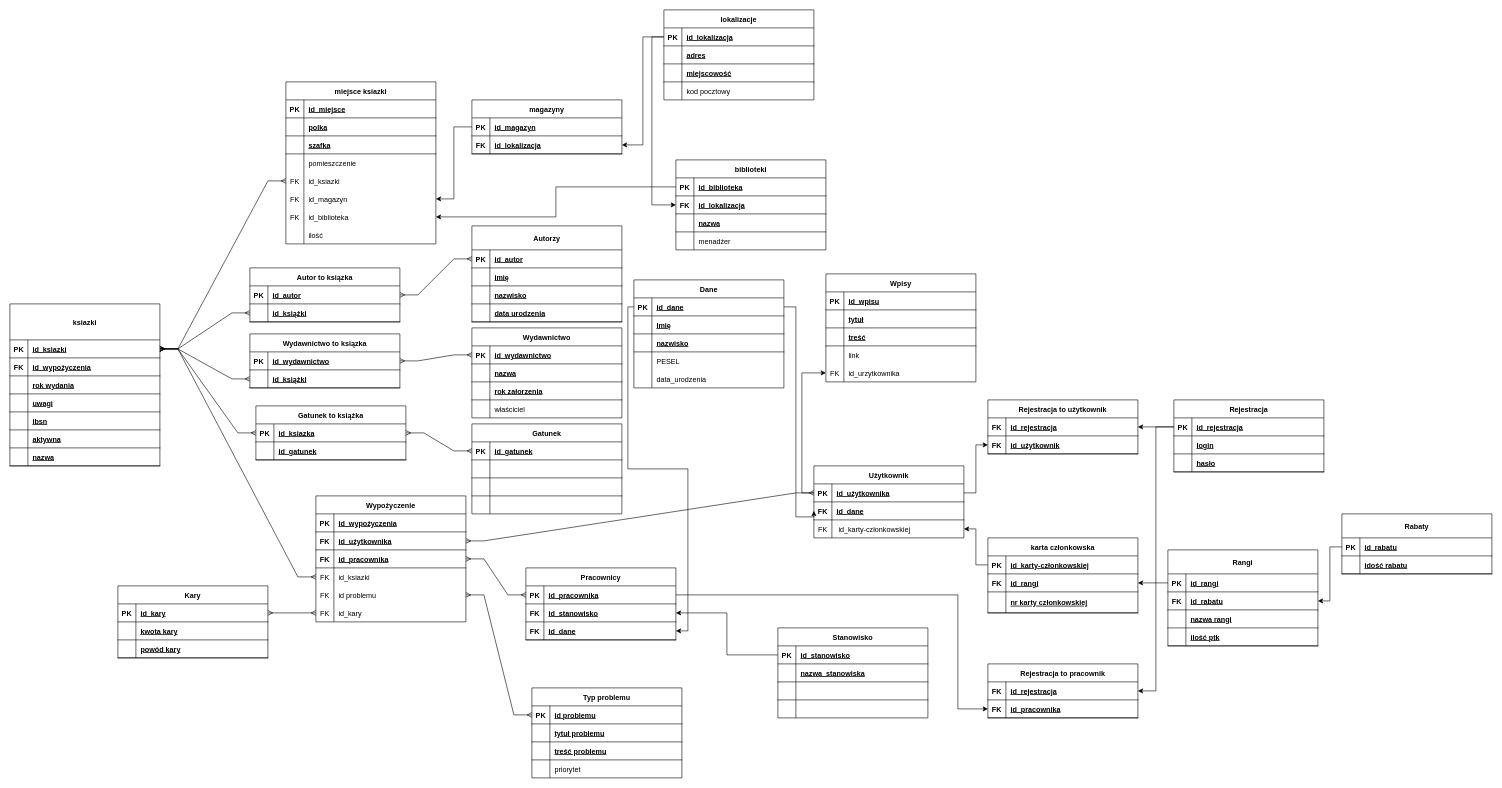
The draw.io diagram Baza danych Biblioteka.drawio in mostekd/lokalne-systemy-bazy-danych, before the edit. Source tidied: cells renumbered, new cells numbered last; positions are measured from the earlier drawing's top-left corner, leaving out a move shared by most shapes. Both pictures are drawn from the tidied source at 60%, with x=0, y=0 at pixel (10, 10).
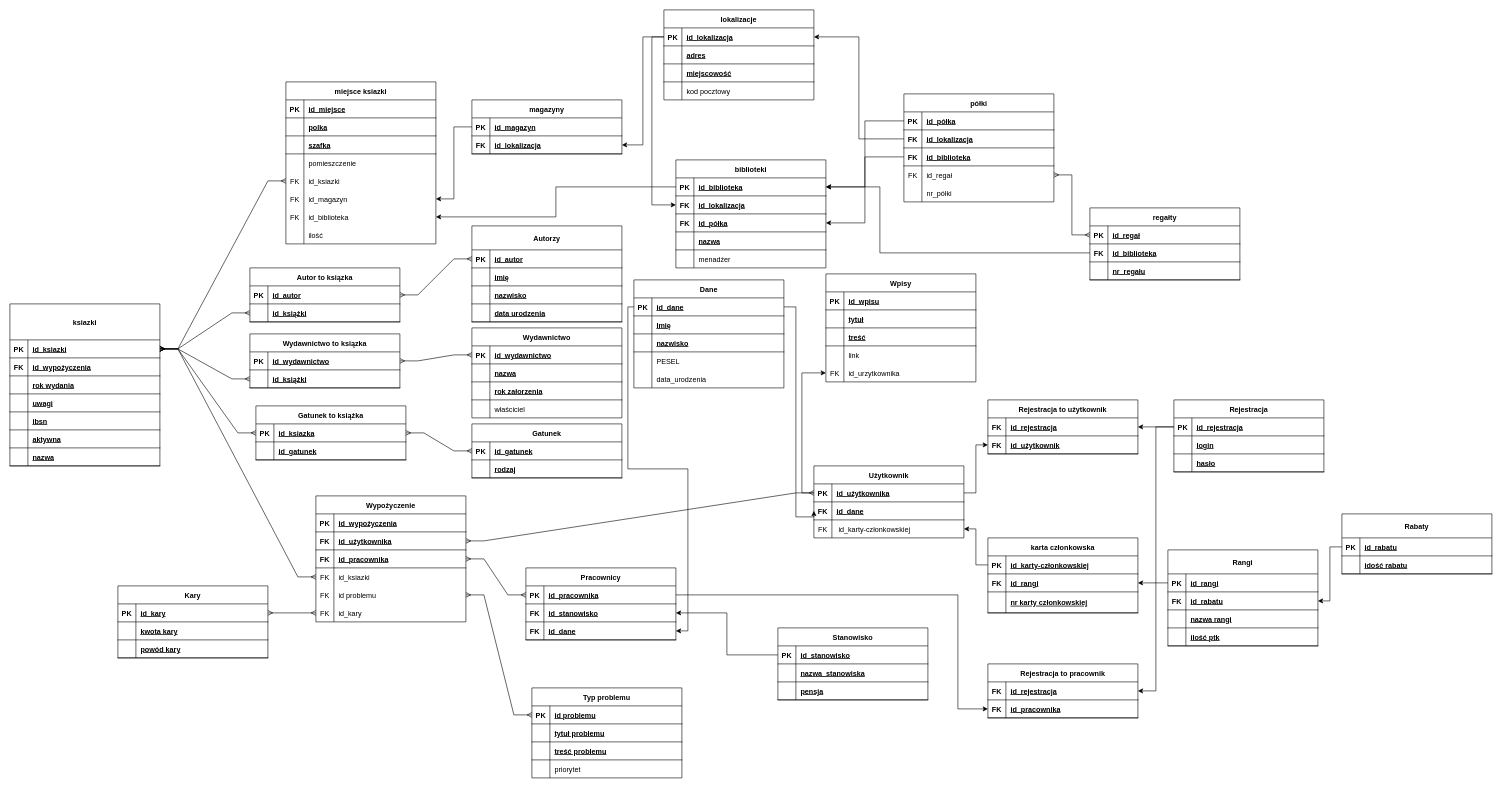
Above is the later version.

The change refers to these unchanged cells:
```xml
<mxCell id="66" style="shape=partialRectangle;fillColor=none;points=[[0,0.5],[1,0.5]];portConstraint=eastwest;top=0;left=0;right=0;bottom=1;" parent="65" vertex="1">
  <mxGeometry y="30" width="250" height="30" as="geometry" />
</mxCell>
<mxCell id="79" style="shape=partialRectangle;fillColor=none;points=[[0,0.5],[1,0.5]];portConstraint=eastwest;top=0;left=0;right=0;bottom=1;" parent="78" vertex="1">
  <mxGeometry y="30" width="250" height="30" as="geometry" />
</mxCell>
<mxCell id="205" style="shape=partialRectangle;fillColor=none;top=0;left=0;right=0;bottom=1;" parent="201" vertex="1">
  <mxGeometry y="60" width="250" height="30" as="geometry" />
</mxCell>
<mxCell id="228" style="shape=partialRectangle;fillColor=none;top=0;left=0;right=0;bottom=1;" parent="221" vertex="1">
  <mxGeometry y="90" width="250" height="30" as="geometry" />
</mxCell>
```

Change to the diagram source:
```diff
@@
     <mxCell id="78" value="biblioteki" style="shape=table;startSize=30;childLayout=tableLayout;rowLines=0;fontStyle=1;align=center;" parent="1" vertex="1">
-      <mxGeometry x="1110" y="250" width="250" height="150" as="geometry" />
+      <mxGeometry x="1110" y="250" width="250" height="180" as="geometry" />
     </mxCell>
@@
+    <mxCell id="335" style="shape=partialRectangle;fillColor=none;points=[[0,0.5],[1,0.5]];portConstraint=eastwest;top=0;left=0;right=0;bottom=1;" parent="78" vertex="1">
+      <mxGeometry y="90" width="250" height="30" as="geometry" />
+    </mxCell>
+    <mxCell id="336" value="FK" style="shape=partialRectangle;overflow=hidden;fillColor=none;top=0;left=0;bottom=0;right=0;fontStyle=1;" parent="335" vertex="1">
+      <mxGeometry width="30" height="30" as="geometry" />
+    </mxCell>
+    <mxCell id="337" value="id_półka" style="shape=partialRectangle;overflow=hidden;fillColor=none;top=0;left=0;bottom=0;right=0;align=left;spacingLeft=6;fontStyle=5;" parent="335" vertex="1">
+      <mxGeometry x="30" width="220" height="30" as="geometry" />
+    </mxCell>
     <mxCell id="85" style="shape=partialRectangle;fillColor=none;top=0;left=0;right=0;bottom=1;" parent="78" vertex="1">
-      <mxGeometry y="90" width="250" height="30" as="geometry" />
+      <mxGeometry y="120" width="250" height="30" as="geometry" />
     </mxCell>
@@
     <mxCell id="88" style="shape=partialRectangle;fillColor=none;top=0;left=0;right=0;bottom=0;" parent="78" vertex="1">
-      <mxGeometry y="120" width="250" height="30" as="geometry" />
+      <mxGeometry y="150" width="250" height="30" as="geometry" />
     </mxCell>
@@
     <mxCell id="201" value="Gatunek" style="shape=table;startSize=30;childLayout=tableLayout;rowLines=0;fontStyle=1;align=center;" parent="1" vertex="1">
-      <mxGeometry x="770" y="690" width="250" height="150" as="geometry" />
+      <mxGeometry x="770" y="690" width="250" height="90" as="geometry" />
     </mxCell>
@@
-    <mxCell id="207" style="shape=partialRectangle;overflow=hidden;fillColor=none;top=0;left=0;bottom=0;right=0;align=left;spacingLeft=6;fontStyle=5;" parent="205" vertex="1">
+    <mxCell id="207" value="rodzaj" style="shape=partialRectangle;overflow=hidden;fillColor=none;top=0;left=0;bottom=0;right=0;align=left;spacingLeft=6;fontStyle=5;" parent="205" vertex="1">
       <mxGeometry x="30" width="220" height="30" as="geometry" />
     </mxCell>
-    <mxCell id="208" style="shape=partialRectangle;fillColor=none;top=0;left=0;right=0;bottom=1;" parent="201" vertex="1">
-      <mxGeometry y="90" width="250" height="30" as="geometry" />
-    </mxCell>
-    <mxCell id="209" style="shape=partialRectangle;overflow=hidden;fillColor=none;top=0;left=0;bottom=0;right=0;fontStyle=1;" parent="208" vertex="1">
-      <mxGeometry width="30" height="30" as="geometry" />
-    </mxCell>
-    <mxCell id="210" style="shape=partialRectangle;overflow=hidden;fillColor=none;top=0;left=0;bottom=0;right=0;align=left;spacingLeft=6;fontStyle=5;" parent="208" vertex="1">
-      <mxGeometry x="30" width="220" height="30" as="geometry" />
-    </mxCell>
-    <mxCell id="211" style="shape=partialRectangle;fillColor=none;top=0;left=0;right=0;bottom=0;" parent="201" vertex="1">
-      <mxGeometry y="120" width="250" height="30" as="geometry" />
-    </mxCell>
-    <mxCell id="212" style="shape=partialRectangle;overflow=hidden;fillColor=none;top=0;left=0;bottom=0;right=0;" parent="211" vertex="1">
-      <mxGeometry width="30" height="30" as="geometry" />
-    </mxCell>
-    <mxCell id="213" style="shape=partialRectangle;overflow=hidden;fillColor=none;top=0;left=0;bottom=0;right=0;align=left;spacingLeft=6;" parent="211" vertex="1">
-      <mxGeometry x="30" width="220" height="30" as="geometry" />
-    </mxCell>
@@
     <mxCell id="221" value="Stanowisko" style="shape=table;startSize=30;childLayout=tableLayout;rowLines=0;fontStyle=1;align=center;" parent="1" vertex="1">
-      <mxGeometry x="1280" y="1030" width="250" height="150" as="geometry" />
+      <mxGeometry x="1280" y="1030" width="250" height="120" as="geometry" />
     </mxCell>
@@
-    <mxCell id="230" style="shape=partialRectangle;overflow=hidden;fillColor=none;top=0;left=0;bottom=0;right=0;align=left;spacingLeft=6;fontStyle=5;" parent="228" vertex="1">
+    <mxCell id="230" value="pensja" style="shape=partialRectangle;overflow=hidden;fillColor=none;top=0;left=0;bottom=0;right=0;align=left;spacingLeft=6;fontStyle=5;" parent="228" vertex="1">
       <mxGeometry x="30" width="220" height="30" as="geometry" />
     </mxCell>
-    <mxCell id="231" style="shape=partialRectangle;fillColor=none;top=0;left=0;right=0;bottom=0;" parent="221" vertex="1">
-      <mxGeometry y="120" width="250" height="30" as="geometry" />
-    </mxCell>
-    <mxCell id="232" style="shape=partialRectangle;overflow=hidden;fillColor=none;top=0;left=0;bottom=0;right=0;" parent="231" vertex="1">
-      <mxGeometry width="30" height="30" as="geometry" />
-    </mxCell>
-    <mxCell id="233" style="shape=partialRectangle;overflow=hidden;fillColor=none;top=0;left=0;bottom=0;right=0;align=left;spacingLeft=6;" parent="231" vertex="1">
-      <mxGeometry x="30" width="220" height="30" as="geometry" />
-    </mxCell>
@@
+    <mxCell id="338" value="półki" style="shape=table;startSize=30;childLayout=tableLayout;rowLines=0;fontStyle=1;align=center;" parent="1" vertex="1">
+      <mxGeometry x="1490" y="140" width="250" height="180" as="geometry" />
+    </mxCell>
+    <mxCell id="339" style="shape=partialRectangle;fillColor=none;points=[[0,0.5],[1,0.5]];portConstraint=eastwest;top=0;left=0;right=0;bottom=1;" parent="338" vertex="1">
+      <mxGeometry y="30" width="250" height="30" as="geometry" />
+    </mxCell>
+    <mxCell id="340" value="PK" style="shape=partialRectangle;overflow=hidden;fillColor=none;top=0;left=0;bottom=0;right=0;fontStyle=1;" parent="339" vertex="1">
+      <mxGeometry width="30" height="30" as="geometry" />
+    </mxCell>
+    <mxCell id="341" value="id_półka" style="shape=partialRectangle;overflow=hidden;fillColor=none;top=0;left=0;bottom=0;right=0;align=left;spacingLeft=6;fontStyle=5;" parent="339" vertex="1">
+      <mxGeometry x="30" width="220" height="30" as="geometry" />
+    </mxCell>
+    <mxCell id="342" style="shape=partialRectangle;fillColor=none;points=[[0,0.5],[1,0.5]];portConstraint=eastwest;top=0;left=0;right=0;bottom=1;" parent="338" vertex="1">
+      <mxGeometry y="60" width="250" height="30" as="geometry" />
+    </mxCell>
+    <mxCell id="343" value="FK" style="shape=partialRectangle;overflow=hidden;fillColor=none;top=0;left=0;bottom=0;right=0;fontStyle=1;" parent="342" vertex="1">
+      <mxGeometry width="30" height="30" as="geometry" />
+    </mxCell>
+    <mxCell id="344" value="id_lokalizacja" style="shape=partialRectangle;overflow=hidden;fillColor=none;top=0;left=0;bottom=0;right=0;align=left;spacingLeft=6;fontStyle=5;" parent="342" vertex="1">
+      <mxGeometry x="30" width="220" height="30" as="geometry" />
+    </mxCell>
+    <mxCell id="345" style="shape=partialRectangle;fillColor=none;points=[[0,0.5],[1,0.5]];portConstraint=eastwest;top=0;left=0;right=0;bottom=1;" parent="338" vertex="1">
+      <mxGeometry y="90" width="250" height="30" as="geometry" />
+    </mxCell>
+    <mxCell id="346" value="FK" style="shape=partialRectangle;overflow=hidden;fillColor=none;top=0;left=0;bottom=0;right=0;fontStyle=1;" parent="345" vertex="1">
+      <mxGeometry width="30" height="30" as="geometry" />
+    </mxCell>
+    <mxCell id="347" value="id_biblioteka" style="shape=partialRectangle;overflow=hidden;fillColor=none;top=0;left=0;bottom=0;right=0;align=left;spacingLeft=6;fontStyle=5;" parent="345" vertex="1">
+      <mxGeometry x="30" width="220" height="30" as="geometry" />
+    </mxCell>
+    <mxCell id="348" style="shape=partialRectangle;fillColor=none;points=[[0,0.5],[1,0.5]];portConstraint=eastwest;top=0;left=0;right=0;bottom=0;" parent="338" vertex="1">
+      <mxGeometry y="120" width="250" height="30" as="geometry" />
+    </mxCell>
+    <mxCell id="349" value="FK" style="shape=partialRectangle;overflow=hidden;fillColor=none;top=0;left=0;bottom=0;right=0;" parent="348" vertex="1">
+      <mxGeometry width="30" height="30" as="geometry" />
+    </mxCell>
+    <mxCell id="350" value="id_regał" style="shape=partialRectangle;overflow=hidden;fillColor=none;top=0;left=0;bottom=0;right=0;align=left;spacingLeft=6;" parent="348" vertex="1">
+      <mxGeometry x="30" width="220" height="30" as="geometry" />
+    </mxCell>
+    <mxCell id="351" style="shape=partialRectangle;fillColor=none;top=0;left=0;right=0;bottom=0;" parent="338" vertex="1">
+      <mxGeometry y="150" width="250" height="30" as="geometry" />
+    </mxCell>
+    <mxCell id="352" style="shape=partialRectangle;overflow=hidden;fillColor=none;top=0;left=0;bottom=0;right=0;" parent="351" vertex="1">
+      <mxGeometry width="30" height="30" as="geometry" />
+    </mxCell>
+    <mxCell id="353" value="nr_półki" style="shape=partialRectangle;overflow=hidden;fillColor=none;top=0;left=0;bottom=0;right=0;align=left;spacingLeft=6;" parent="351" vertex="1">
+      <mxGeometry x="30" width="220" height="30" as="geometry" />
+    </mxCell>
+    <mxCell id="354" value="regałty" style="shape=table;startSize=30;childLayout=tableLayout;rowLines=0;fontStyle=1;align=center;" parent="1" vertex="1">
+      <mxGeometry x="1800" y="330" width="250" height="120" as="geometry" />
+    </mxCell>
+    <mxCell id="355" style="shape=partialRectangle;fillColor=none;points=[[0,0.5],[1,0.5]];portConstraint=eastwest;top=0;left=0;right=0;bottom=1;" parent="354" vertex="1">
+      <mxGeometry y="30" width="250" height="30" as="geometry" />
+    </mxCell>
+    <mxCell id="356" value="PK" style="shape=partialRectangle;overflow=hidden;fillColor=none;top=0;left=0;bottom=0;right=0;fontStyle=1;" parent="355" vertex="1">
+      <mxGeometry width="30" height="30" as="geometry" />
+    </mxCell>
+    <mxCell id="357" value="id_regał" style="shape=partialRectangle;overflow=hidden;fillColor=none;top=0;left=0;bottom=0;right=0;align=left;spacingLeft=6;fontStyle=5;" parent="355" vertex="1">
+      <mxGeometry x="30" width="220" height="30" as="geometry" />
+    </mxCell>
+    <mxCell id="358" style="shape=partialRectangle;fillColor=none;points=[[0,0.5],[1,0.5]];portConstraint=eastwest;top=0;left=0;right=0;bottom=1;" parent="354" vertex="1">
+      <mxGeometry y="60" width="250" height="30" as="geometry" />
+    </mxCell>
+    <mxCell id="359" value="FK" style="shape=partialRectangle;overflow=hidden;fillColor=none;top=0;left=0;bottom=0;right=0;fontStyle=1;" parent="358" vertex="1">
+      <mxGeometry width="30" height="30" as="geometry" />
+    </mxCell>
+    <mxCell id="360" value="id_biblioteka" style="shape=partialRectangle;overflow=hidden;fillColor=none;top=0;left=0;bottom=0;right=0;align=left;spacingLeft=6;fontStyle=5;" parent="358" vertex="1">
+      <mxGeometry x="30" width="220" height="30" as="geometry" />
+    </mxCell>
+    <mxCell id="361" style="shape=partialRectangle;fillColor=none;top=0;left=0;right=0;bottom=1;" parent="354" vertex="1">
+      <mxGeometry y="90" width="250" height="30" as="geometry" />
+    </mxCell>
+    <mxCell id="209" style="shape=partialRectangle;overflow=hidden;fillColor=none;top=0;left=0;bottom=0;right=0;fontStyle=1;" parent="361" vertex="1">
+      <mxGeometry width="30" height="30" as="geometry" />
+    </mxCell>
+    <mxCell id="362" value="nr_regału" style="shape=partialRectangle;overflow=hidden;fillColor=none;top=0;left=0;bottom=0;right=0;align=left;spacingLeft=6;fontStyle=5;" parent="361" vertex="1">
+      <mxGeometry x="30" width="220" height="30" as="geometry" />
+    </mxCell>
+    <mxCell id="363" style="edgeStyle=entityRelationEdgeStyle;fontSize=12;html=1;endArrow=ERmany;startArrow=ERmany;rounded=0;entryX=0;entryY=0.5;entryDx=0;entryDy=0;exitX=1;exitY=0.5;exitDx=0;exitDy=0;" parent="1" edge="1" source="348" target="355">
+      <mxGeometry relative="1" as="geometry" />
+    </mxCell>
+    <mxCell id="364" style="edgeStyle=orthogonalEdgeStyle;rounded=0;jettySize=auto;html=1;entryX=1;entryY=0.5;entryDx=0;entryDy=0;" parent="1" edge="1" source="339" target="335">
+      <mxGeometry relative="1" as="geometry" />
+    </mxCell>
+    <mxCell id="365" style="edgeStyle=orthogonalEdgeStyle;rounded=0;jettySize=auto;html=1;exitX=0;exitY=0.5;exitDx=0;exitDy=0;entryX=1;entryY=0.5;entryDx=0;entryDy=0;" parent="1" edge="1" source="342" target="66">
+      <mxGeometry relative="1" as="geometry" />
+    </mxCell>
+    <mxCell id="366" style="edgeStyle=orthogonalEdgeStyle;rounded=0;jettySize=auto;html=1;exitX=0;exitY=0.5;exitDx=0;exitDy=0;entryX=1;entryY=0.5;entryDx=0;entryDy=0;" parent="1" edge="1" source="345" target="79">
+      <mxGeometry relative="1" as="geometry" />
+    </mxCell>
+    <mxCell id="367" style="edgeStyle=orthogonalEdgeStyle;rounded=0;jettySize=auto;html=1;entryX=1;entryY=0.5;entryDx=0;entryDy=0;" parent="1" edge="1" source="358" target="79">
+      <mxGeometry relative="1" as="geometry">
+        <Array as="points">
+          <mxPoint x="1450" y="405" />
+          <mxPoint x="1450" y="295" />
+        </Array>
+      </mxGeometry>
+    </mxCell>
```
